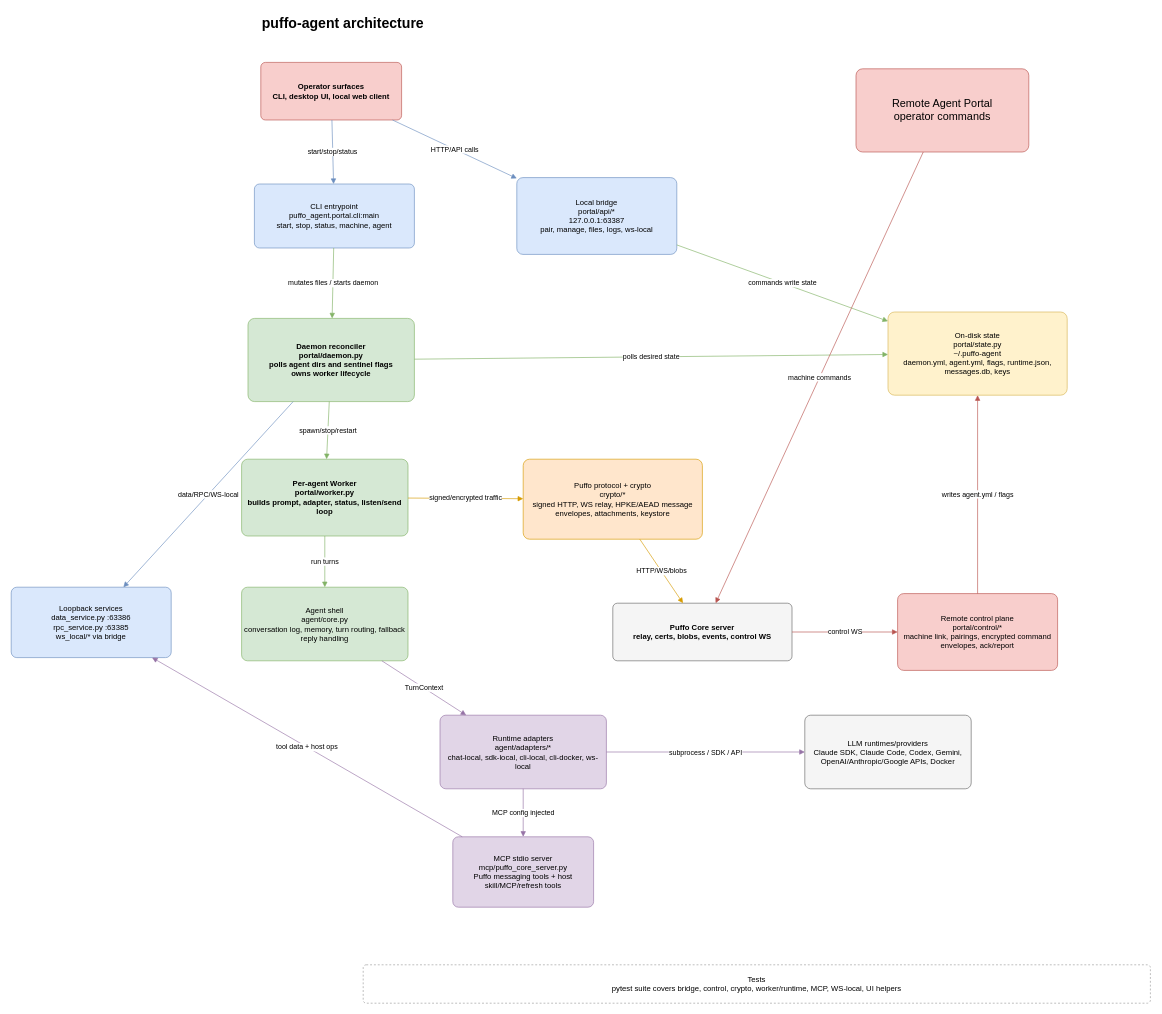
The draw.io diagram docs/puffo-agent-architecture.drawio in TZZheng/puffo-agent, before the edit. Source tidied: cells renumbered, new cells numbered last; positions are measured from the earlier drawing's top-left corner, leaving out a move shared by most shapes. Both pictures are drawn from the tidied source at 64%, with x=0, y=0 at pixel (11, 11).
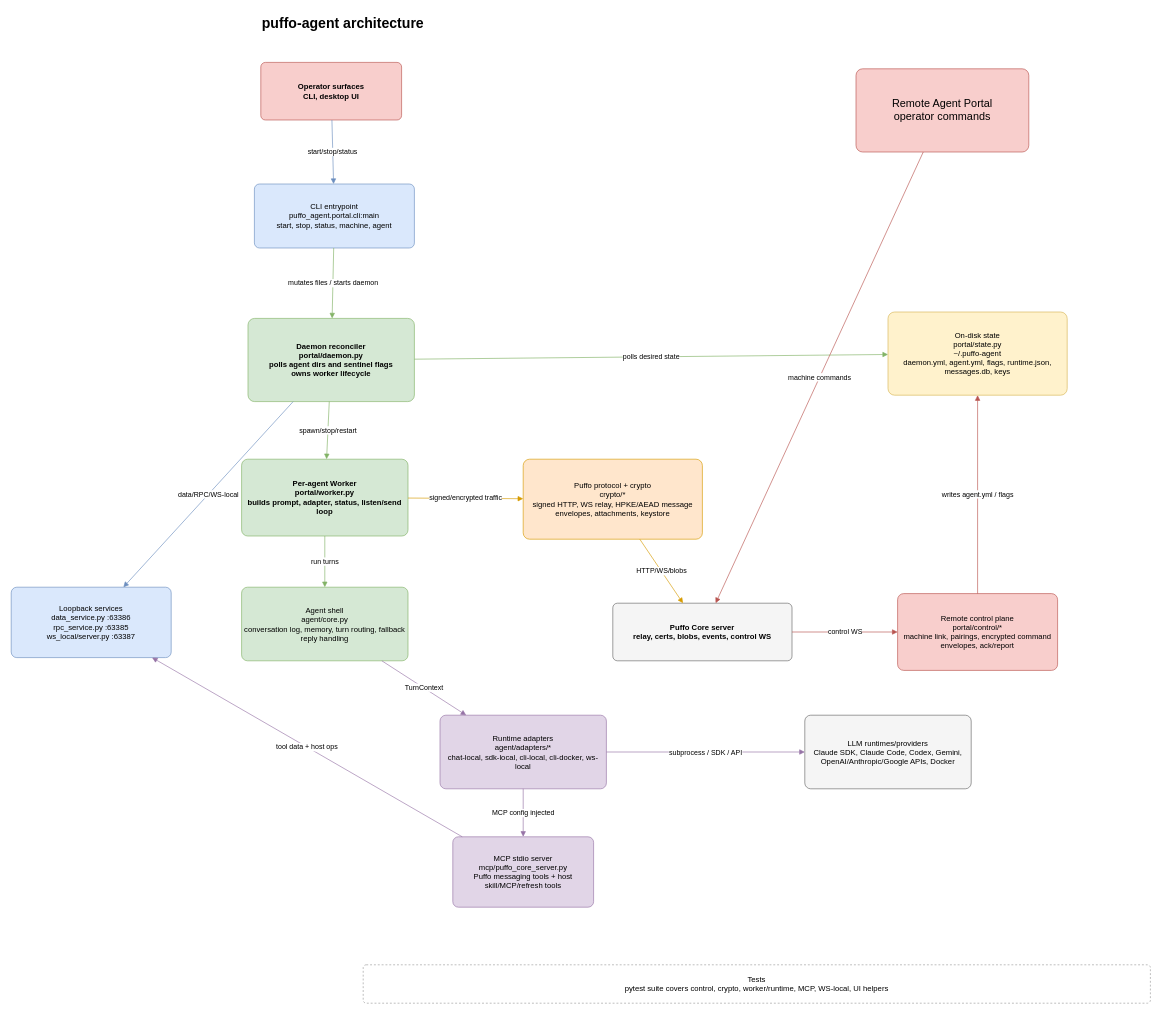
The same page after the edit.

The change refers to these unchanged cells:
```xml
<mxCell id="7" value="On-disk state&#10;portal/state.py&#10;~/.puffo-agent&#10;daemon.yml, agent.yml, flags, runtime.json, messages.db, keys" style="rounded=1;whiteSpace=wrap;html=1;arcSize=8;fillColor=#FFF2CC;strokeColor=#D6B656;" parent="1" vertex="1">
  <mxGeometry x="1370" y="470" width="280" height="130" as="geometry" />
</mxCell>
```

The edit, as a diff of the source:
```diff
@@
-    <mxCell id="3" value="Operator surfaces&#10;CLI, desktop UI, local web client" style="rounded=1;whiteSpace=wrap;html=1;arcSize=8;fillColor=#F8CECC;strokeColor=#B85450;fontStyle=1;" parent="1" vertex="1">
+    <mxCell id="3" value="Operator surfaces&#10;CLI, desktop UI" style="rounded=1;whiteSpace=wrap;html=1;arcSize=8;fillColor=#F8CECC;strokeColor=#B85450;fontStyle=1;" parent="1" vertex="1">
       <mxGeometry x="390" y="80" width="220" height="90" as="geometry" />
     </mxCell>
-    <mxCell id="4" value="Local bridge&#10;portal/api/*&#10;127.0.0.1:63387&#10;pair, manage, files, logs, ws-local" style="rounded=1;whiteSpace=wrap;html=1;arcSize=8;fillColor=#DAE8FC;strokeColor=#6C8EBF;" parent="1" vertex="1">
-      <mxGeometry x="790" y="260" width="250" height="120" as="geometry" />
-    </mxCell>
@@
-    <mxCell id="16" value="Loopback services&#10;data_service.py :63386&#10;rpc_service.py :63385&#10;ws_local/* via bridge" style="rounded=1;whiteSpace=wrap;html=1;arcSize=8;fillColor=#DAE8FC;strokeColor=#6C8EBF;" parent="1" vertex="1">
+    <mxCell id="16" value="Loopback services&#10;data_service.py :63386&#10;rpc_service.py :63385&#10;ws_local/server.py :63387" style="rounded=1;whiteSpace=wrap;html=1;arcSize=8;fillColor=#DAE8FC;strokeColor=#6C8EBF;" parent="1" vertex="1">
       <mxGeometry y="900" width="250" height="110" as="geometry" />
     </mxCell>
@@
-    <mxCell id="18" value="Tests&#10;pytest suite covers bridge, control, crypto, worker/runtime, MCP, WS-local, UI helpers" style="rounded=1;whiteSpace=wrap;html=1;arcSize=8;fillColor=#FFFFFF;strokeColor=#999999;dashed=1;" parent="1" vertex="1">
+    <mxCell id="18" value="Tests&#10;pytest suite covers control, crypto, worker/runtime, MCP, WS-local, UI helpers" style="rounded=1;whiteSpace=wrap;html=1;arcSize=8;fillColor=#FFFFFF;strokeColor=#999999;dashed=1;" parent="1" vertex="1">
       <mxGeometry x="550" y="1490" width="1230" height="60" as="geometry" />
     </mxCell>
-    <mxCell id="19" value="HTTP/API calls" style="endArrow=block;html=1;rounded=0;strokeColor=#6C8EBF;" parent="1" edge="1" source="3" target="4">
-      <mxGeometry relative="1" as="geometry" />
-    </mxCell>
-    <mxCell id="20" value="commands write state" style="endArrow=block;html=1;rounded=0;strokeColor=#82B366;" parent="1" edge="1" source="4" target="7">
-      <mxGeometry relative="1" as="geometry" />
-    </mxCell>
```
